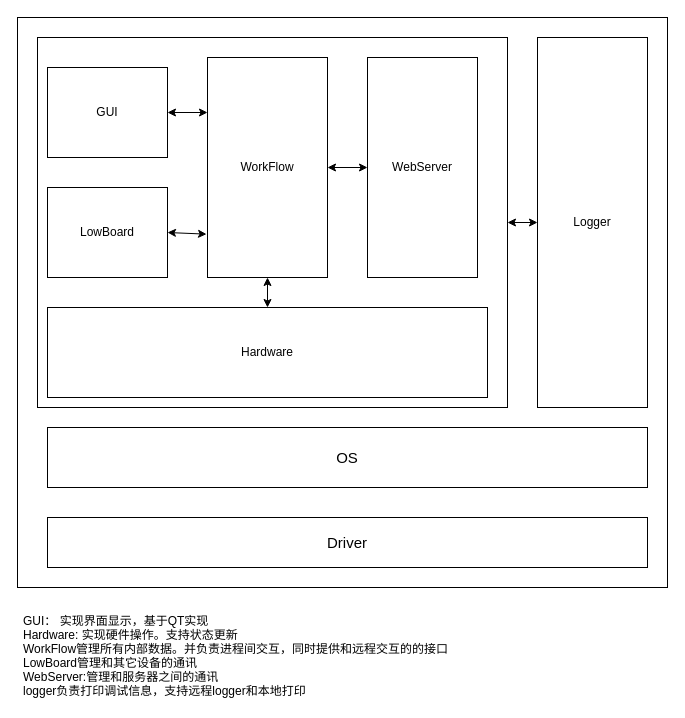
zc110747/embed_manage_system keeps this draw.io diagram as Document/embed.drawio. Above is the earlier version. Source tidied: cells renumbered, new cells numbered last; positions are measured from the earlier drawing's top-left corner, leaving out a move shared by most shapes. Both pictures are drawn from the tidied source at 100%, with x=0, y=0 at pixel (17, 17).
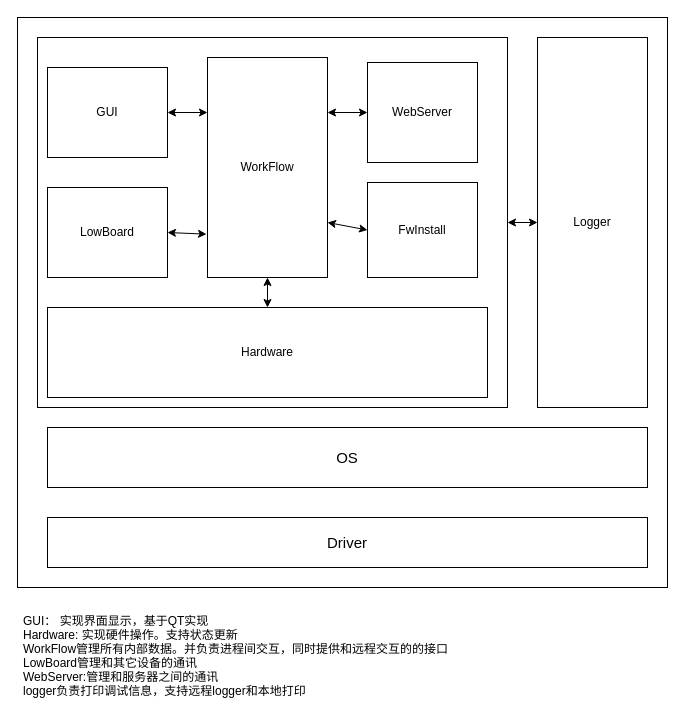
The same page after the edit.

The edit, as a diff of the source:
```diff
@@
 <mxGraphModel>
   <root>
     <mxCell id="0" />
     <mxCell id="1" parent="0" />
     <mxCell id="2" style="rounded=0;whiteSpace=wrap;html=1;" parent="1" vertex="1">
       <mxGeometry width="650" height="570" as="geometry" />
     </mxCell>
     <mxCell id="3" style="edgeStyle=none;html=1;exitX=1;exitY=0.5;exitDx=0;exitDy=0;entryX=0;entryY=0.5;entryDx=0;entryDy=0;startArrow=classic;startFill=1;" parent="1" edge="1" source="4" target="17">
       <mxGeometry relative="1" as="geometry" />
     </mxCell>
     <mxCell id="4" style="rounded=0;whiteSpace=wrap;html=1;" parent="1" vertex="1">
       <mxGeometry x="20" y="20" width="470" height="370" as="geometry" />
     </mxCell>
     <mxCell id="5" value="Driver" style="rounded=0;whiteSpace=wrap;html=1;strokeWidth=1;fontSize=15;" parent="1" vertex="1">
       <mxGeometry x="30" y="500" width="600" height="50" as="geometry" />
     </mxCell>
     <mxCell id="6" value="OS" style="rounded=0;whiteSpace=wrap;html=1;fontSize=15;strokeWidth=1;fillColor=none;" parent="1" vertex="1">
       <mxGeometry x="30" y="410" width="600" height="60" as="geometry" />
     </mxCell>
     <mxCell id="7" style="edgeStyle=none;html=1;exitX=0.5;exitY=1;exitDx=0;exitDy=0;entryX=0.5;entryY=0;entryDx=0;entryDy=0;startArrow=classic;startFill=1;" parent="1" edge="1" source="8" target="14">
       <mxGeometry relative="1" as="geometry" />
     </mxCell>
     <mxCell id="8" value="WorkFlow" style="rounded=0;whiteSpace=wrap;html=1;" parent="1" vertex="1">
       <mxGeometry x="190" y="40" width="120" height="220" as="geometry" />
     </mxCell>
     <mxCell id="9" value="WebServer" style="rounded=0;whiteSpace=wrap;html=1;" parent="1" vertex="1">
-      <mxGeometry x="350" y="40" width="110" height="220" as="geometry" />
+      <mxGeometry x="350" y="45" width="110" height="100" as="geometry" />
     </mxCell>
     <mxCell id="10" style="endArrow=classic;html=1;exitX=1;exitY=0.5;exitDx=0;exitDy=0;entryX=0;entryY=0.25;entryDx=0;entryDy=0;startArrow=classic;startFill=1;" parent="1" edge="1" source="12" target="8">
       <mxGeometry relative="1" as="geometry" />
     </mxCell>
-    <mxCell id="11" style="endArrow=classic;startArrow=classic;html=1;entryX=0;entryY=0.5;entryDx=0;entryDy=0;" parent="1" edge="1" source="8" target="9">
+    <mxCell id="11" style="endArrow=classic;startArrow=classic;html=1;entryX=0;entryY=0.5;entryDx=0;entryDy=0;exitX=1;exitY=0.25;exitDx=0;exitDy=0;" parent="1" edge="1" source="8" target="9">
       <mxGeometry relative="1" as="geometry" />
     </mxCell>
     <mxCell id="12" value="GUI" style="rounded=0;whiteSpace=wrap;html=1;" parent="1" vertex="1">
       <mxGeometry x="30" y="50" width="120" height="90" as="geometry" />
     </mxCell>
     <mxCell id="13" value="GUI： 实现界面显示，基于QT实现&#10;Hardware: 实现硬件操作。支持状态更新&#10;WorkFlow管理所有内部数据。并负责进程间交互，同时提供和远程交互的的接口&#10;LowBoard管理和其它设备的通讯&#10;WebServer:管理和服务器之间的通讯&#10;logger负责打印调试信息，支持远程logger和本地打印&#10;&#10;" style="text;strokeColor=none;fillColor=none;align=left;verticalAlign=top;spacingLeft=4;spacingRight=4;overflow=hidden;" parent="1" vertex="1">
       <mxGeometry y="590" width="440" height="90" as="geometry" />
     </mxCell>
     <mxCell id="14" value="Hardware" style="rounded=0;whiteSpace=wrap;html=1;" parent="1" vertex="1">
       <mxGeometry x="30" y="290" width="440" height="90" as="geometry" />
     </mxCell>
     <mxCell id="15" style="edgeStyle=none;html=1;exitX=1;exitY=0.5;exitDx=0;exitDy=0;entryX=-0.008;entryY=0.803;entryDx=0;entryDy=0;entryPerimeter=0;startArrow=classic;startFill=1;" parent="1" edge="1" source="16" target="8">
       <mxGeometry relative="1" as="geometry" />
     </mxCell>
     <mxCell id="16" value="LowBoard" style="rounded=0;whiteSpace=wrap;html=1;" parent="1" vertex="1">
       <mxGeometry x="30" y="170" width="120" height="90" as="geometry" />
     </mxCell>
     <mxCell id="17" value="Logger" style="rounded=0;whiteSpace=wrap;html=1;" parent="1" vertex="1">
       <mxGeometry x="520" y="20" width="110" height="370" as="geometry" />
     </mxCell>
+    <mxCell id="18" style="edgeStyle=none;html=1;exitX=0;exitY=0.5;exitDx=0;exitDy=0;entryX=1;entryY=0.75;entryDx=0;entryDy=0;startArrow=classic;startFill=1;" parent="1" edge="1" source="19" target="8">
+      <mxGeometry relative="1" as="geometry" />
+    </mxCell>
+    <mxCell id="19" value="FwInstall" style="rounded=0;whiteSpace=wrap;html=1;" parent="1" vertex="1">
+      <mxGeometry x="350" y="165" width="110" height="95" as="geometry" />
+    </mxCell>
   </root>
 </mxGraphModel>
```
